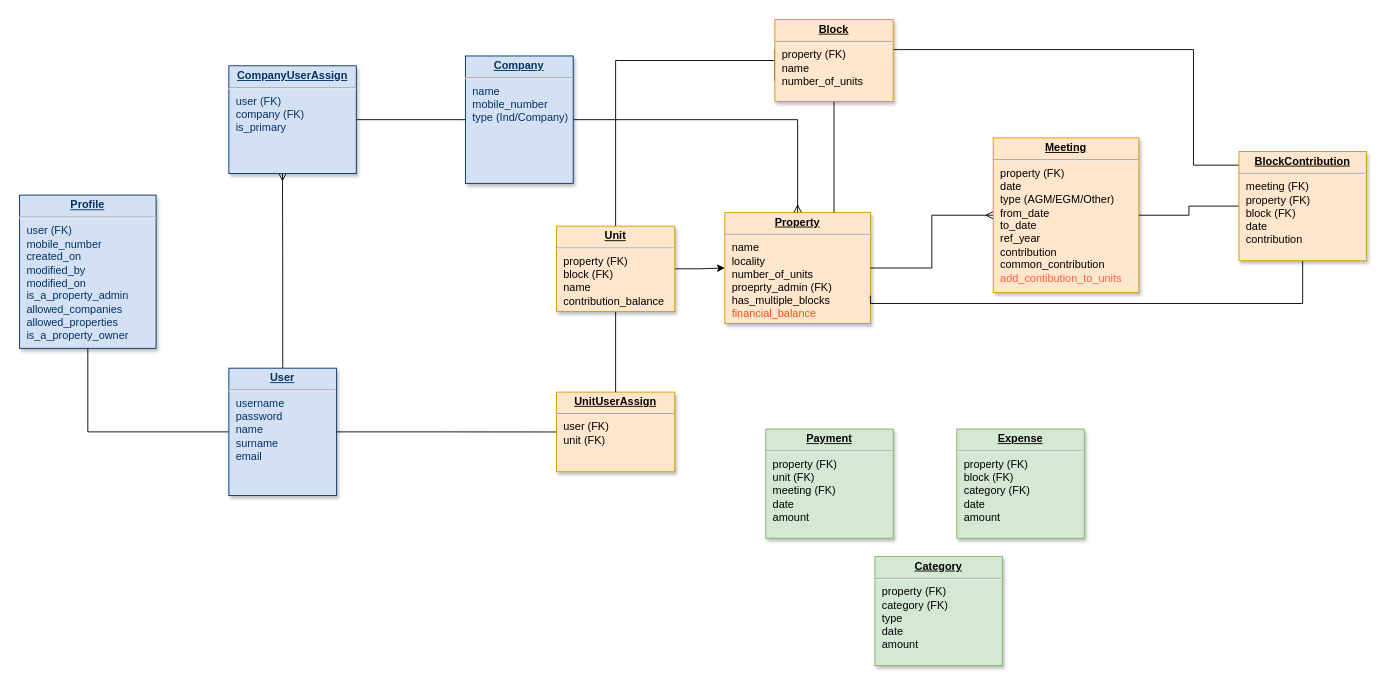
Earlier version of the draw.io diagram Untitled Diagram.drawio (gilubilu/hello-world). Source tidied: cells renumbered, new cells numbered last; positions are measured from the earlier drawing's top-left corner, leaving out a move shared by most shapes. Both pictures are drawn from the tidied source at 91%, with x=0, y=0 at pixel (19, 19).
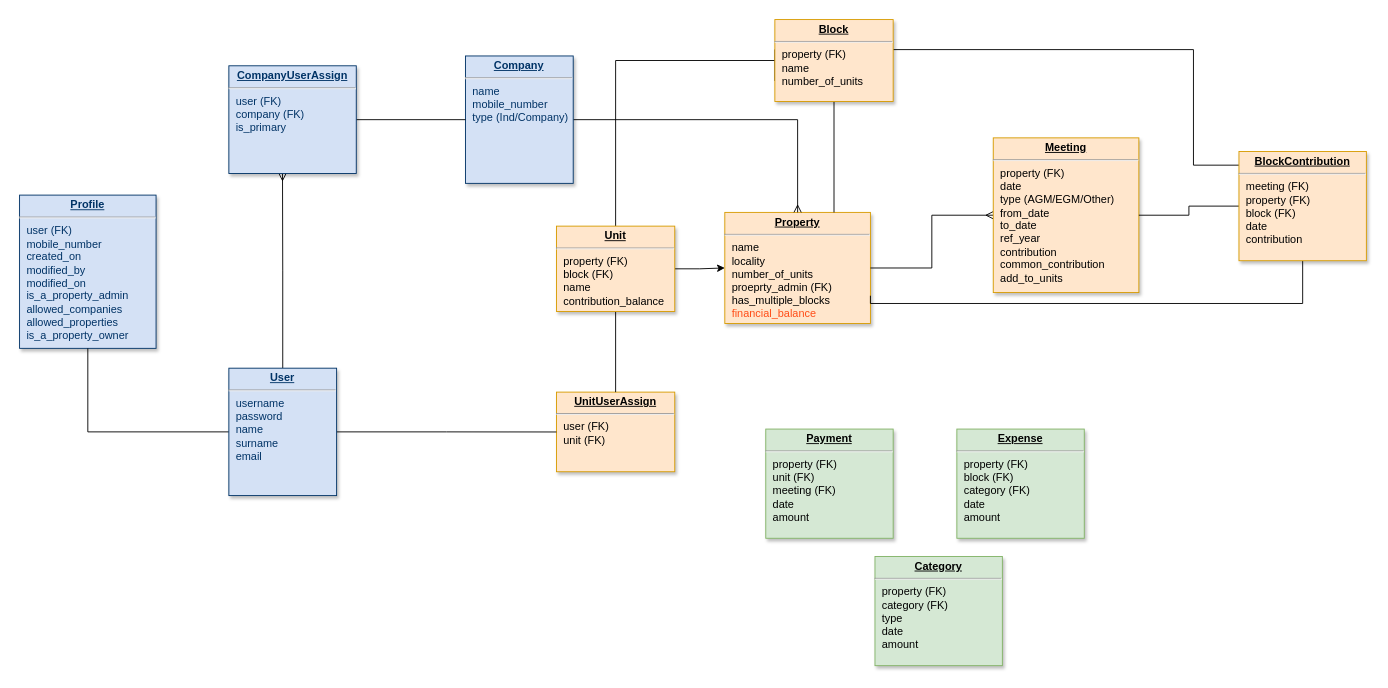
Above is the later version.

Diff of the diagram source:
```diff
@@
-    <mxCell id="18" value="&lt;p style=&quot;margin: 0px ; margin-top: 4px ; text-align: center ; text-decoration: underline&quot;&gt;&lt;strong&gt;Meeting&lt;/strong&gt;&lt;/p&gt;&lt;hr&gt;&lt;p style=&quot;margin: 0px ; margin-left: 8px&quot;&gt;property (FK)&lt;/p&gt;&lt;p style=&quot;margin: 0px ; margin-left: 8px&quot;&gt;date&lt;/p&gt;&lt;p style=&quot;margin: 0px ; margin-left: 8px&quot;&gt;type (AGM/EGM/Other)&lt;/p&gt;&lt;p style=&quot;margin: 0px ; margin-left: 8px&quot;&gt;from_date&lt;/p&gt;&lt;p style=&quot;margin: 0px ; margin-left: 8px&quot;&gt;to_date&lt;/p&gt;&lt;p style=&quot;margin: 0px ; margin-left: 8px&quot;&gt;ref_year&lt;/p&gt;&lt;p style=&quot;margin: 0px ; margin-left: 8px&quot;&gt;contribution&lt;/p&gt;&lt;p style=&quot;margin: 0px ; margin-left: 8px&quot;&gt;common_contribution&lt;/p&gt;&lt;p style=&quot;margin: 0px ; margin-left: 8px&quot;&gt;&lt;font color=&quot;#ff6242&quot;&gt;add_contibution_to_units&lt;/font&gt;&lt;/p&gt;" style="verticalAlign=top;align=left;overflow=fill;fontSize=12;fontFamily=Helvetica;html=1;strokeColor=#d79b00;shadow=1;fillColor=#ffe6cc;direction=west;" parent="1" vertex="1">
+    <mxCell id="18" value="&lt;p style=&quot;margin: 0px ; margin-top: 4px ; text-align: center ; text-decoration: underline&quot;&gt;&lt;strong&gt;Meeting&lt;/strong&gt;&lt;/p&gt;&lt;hr&gt;&lt;p style=&quot;margin: 0px ; margin-left: 8px&quot;&gt;property (FK)&lt;/p&gt;&lt;p style=&quot;margin: 0px ; margin-left: 8px&quot;&gt;date&lt;/p&gt;&lt;p style=&quot;margin: 0px ; margin-left: 8px&quot;&gt;type (AGM/EGM/Other)&lt;/p&gt;&lt;p style=&quot;margin: 0px ; margin-left: 8px&quot;&gt;from_date&lt;/p&gt;&lt;p style=&quot;margin: 0px ; margin-left: 8px&quot;&gt;to_date&lt;/p&gt;&lt;p style=&quot;margin: 0px ; margin-left: 8px&quot;&gt;ref_year&lt;/p&gt;&lt;p style=&quot;margin: 0px ; margin-left: 8px&quot;&gt;contribution&lt;/p&gt;&lt;p style=&quot;margin: 0px ; margin-left: 8px&quot;&gt;common_contribution&lt;/p&gt;&lt;p style=&quot;margin: 0px ; margin-left: 8px&quot;&gt;add_to_units&lt;/p&gt;" style="verticalAlign=top;align=left;overflow=fill;fontSize=12;fontFamily=Helvetica;html=1;strokeColor=#d79b00;shadow=1;fillColor=#ffe6cc;direction=west;" parent="1" vertex="1">
       <mxGeometry x="1070" y="130" width="160" height="170" as="geometry" />
     </mxCell>
```
